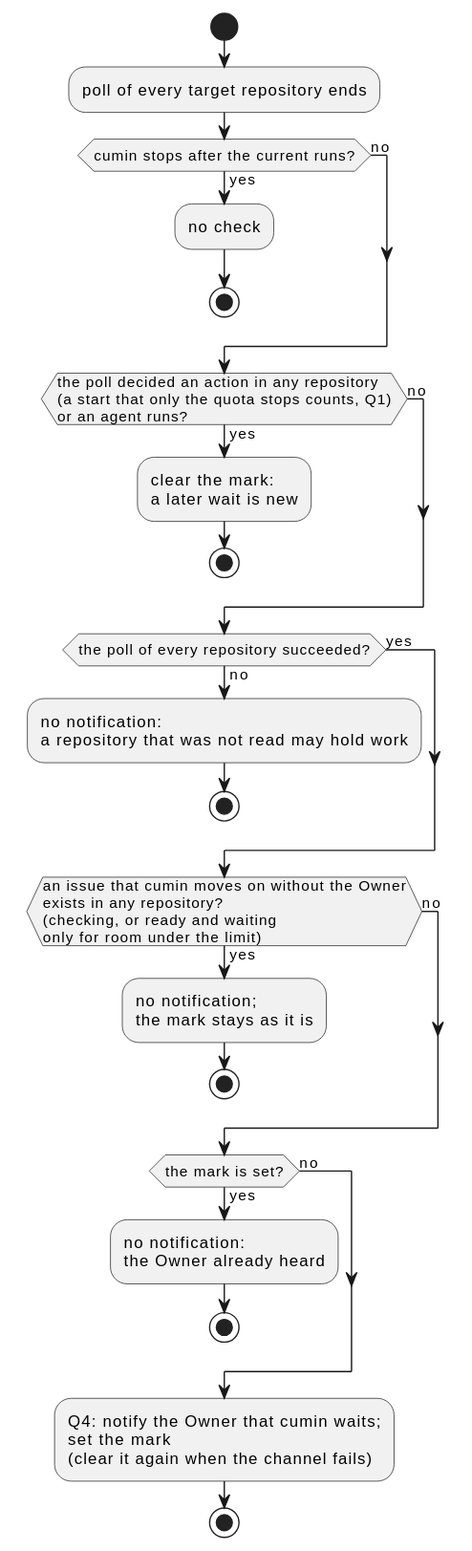
Above: docs/ja/designs/quota-waiting.svg in cloveclovedev/cumin-works (PlantUML), before the change.
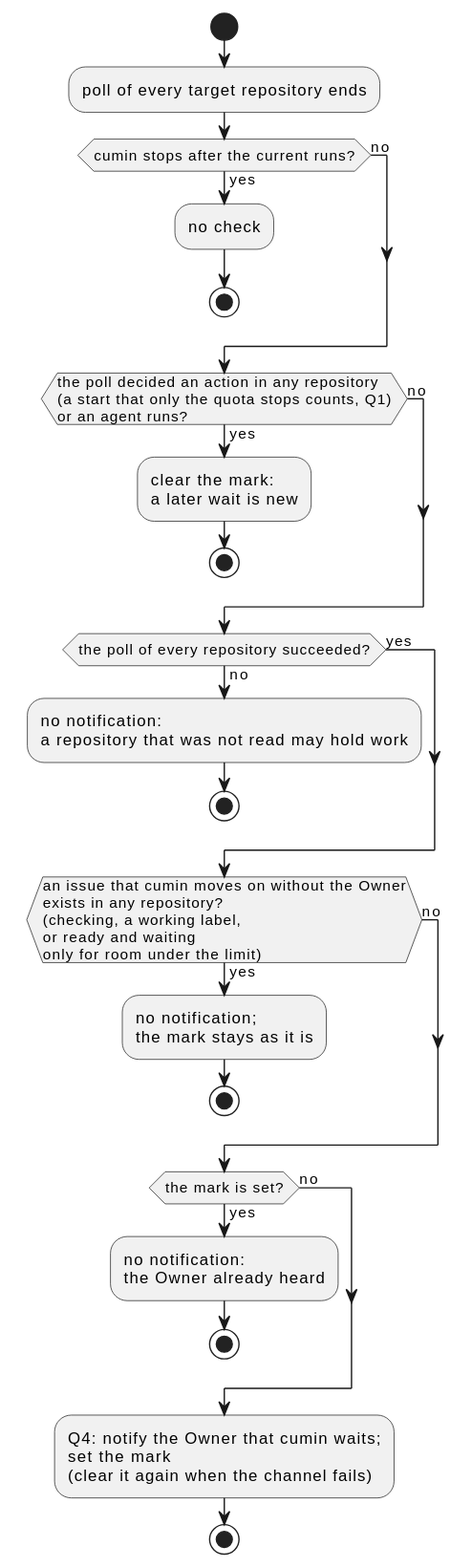
Above is the later version.

Diff of the diagram source:
```diff
@@ -19,7 +19,7 @@
   stop
 else (yes)
 endif
-if (an issue that cumin moves on without the Owner\nexists in any repository?\n(checking, or ready and waiting\nonly for room under the limit)) then (yes)
+if (an issue that cumin moves on without the Owner\nexists in any repository?\n(checking, a working label,\nor ready and waiting\nonly for room under the limit)) then (yes)
   :no notification;\nthe mark stays as it is;
   stop
 else (no)
```
